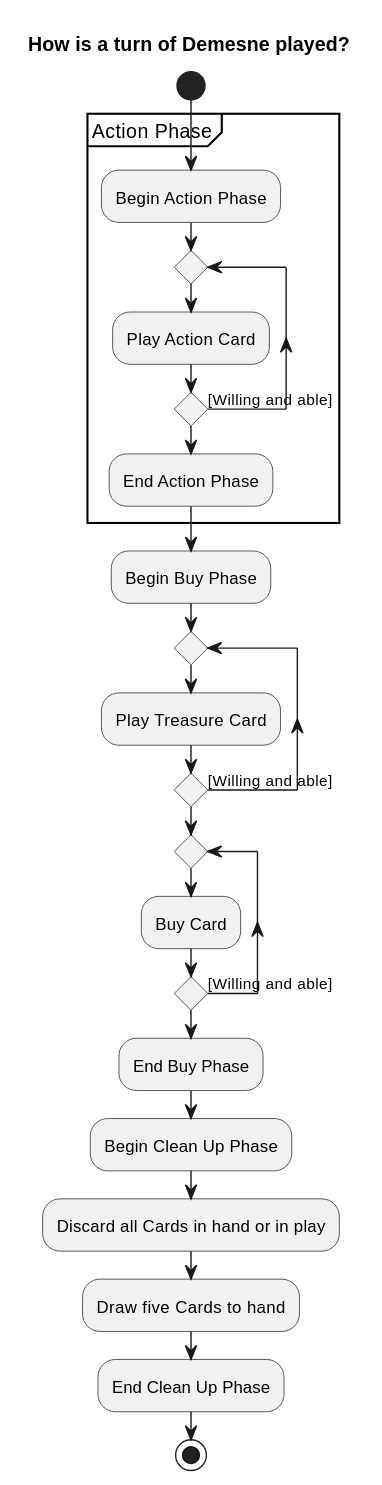
qwwqe/demesne keeps this PlantUML diagram as diagrams/turn-activity.svg. Above is the earlier version.
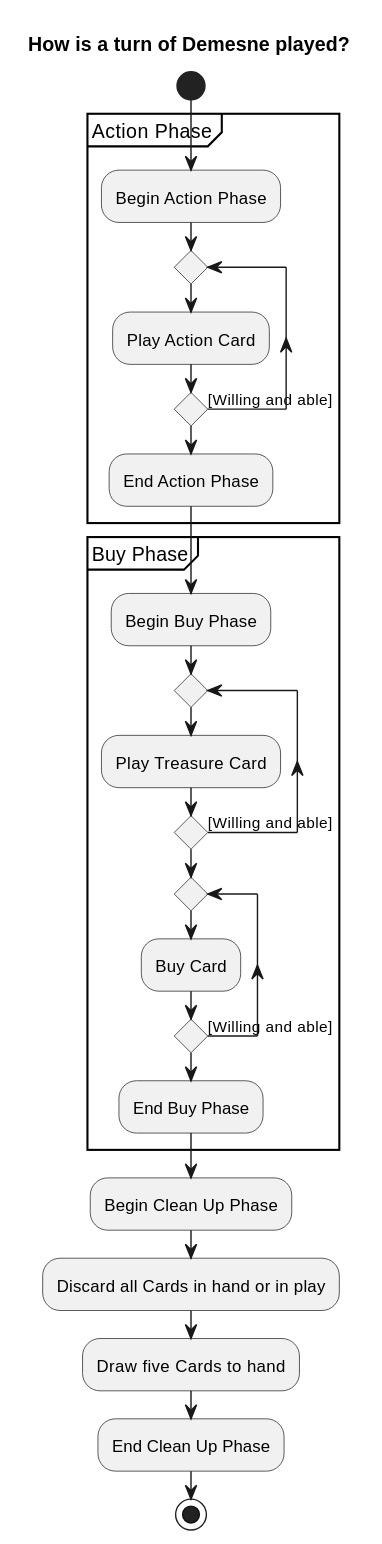
The same diagram one commit later.

Commit message:
Wrap Buy Phase in partition

Diff of the diagram source:
```diff
@@ -13,17 +13,19 @@
   :End Action Phase;
 }
 
-:Begin Buy Phase;
+partition Buy Phase {
+  :Begin Buy Phase;
 
-repeat
+  repeat
     :Play Treasure Card;
-repeat while () is ([Willing and able])
+  repeat while () is ([Willing and able])
 
-repeat
+  repeat
     :Buy Card;
-repeat while () is ([Willing and able])
+  repeat while () is ([Willing and able])
 
-:End Buy Phase;
+  :End Buy Phase;
+}
 
 :Begin Clean Up Phase;
 
```
